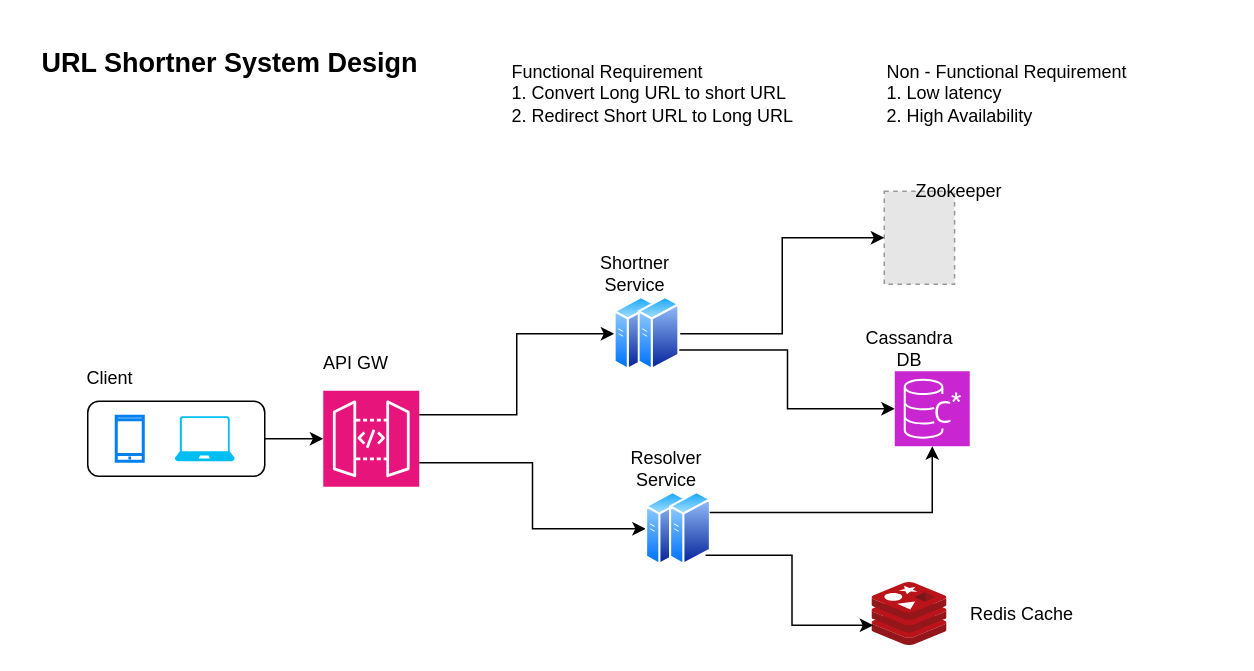
The draw.io diagram url-shortner.drawio in kulwantsharma/system-design, before the edit. Source tidied: cells renumbered, new cells numbered last; positions are measured from the earlier drawing's top-left corner, leaving out a move shared by most shapes. Both pictures are drawn from the tidied source at 150%, with x=0, y=0 at pixel (26, 26). Pictures stored in the file or linked from it are replaced by grey dashed boxes.
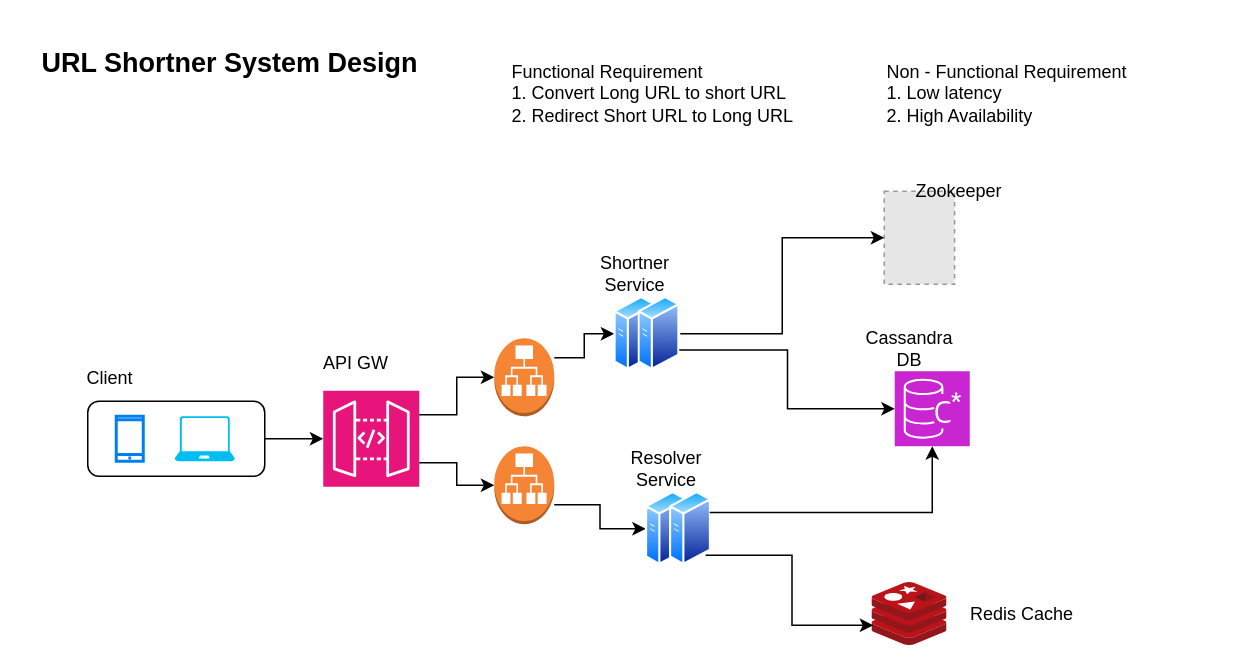
The same diagram, later.

The change refers to these unchanged cells:
```xml
<mxCell id="8" style="sketch=0;points=[[0,0,0],[0.25,0,0],[0.5,0,0],[0.75,0,0],[1,0,0],[0,1,0],[0.25,1,0],[0.5,1,0],[0.75,1,0],[1,1,0],[0,0.25,0],[0,0.5,0],[0,0.75,0],[1,0.25,0],[1,0.5,0],[1,0.75,0]];outlineConnect=0;fontColor=#232F3E;fillColor=#E7157B;strokeColor=#ffffff;dashed=0;verticalLabelPosition=bottom;verticalAlign=top;align=center;html=1;fontSize=12;fontStyle=0;shape=mxgraph.aws4.resourceIcon;resIcon=mxgraph.aws4.api_gateway;" parent="1" vertex="1">
  <mxGeometry x="198" y="243" width="64" height="64" as="geometry" />
</mxCell>
<mxCell id="20" style="image;perimeter=ellipsePerimeter;html=1;align=center;shadow=0;dashed=0;spacingTop=3;image=img/lib/active_directory/generic_server.svg;" parent="1" vertex="1">
  <mxGeometry x="392" y="180" width="28" height="50" as="geometry" />
</mxCell>
<mxCell id="24" style="image;perimeter=ellipsePerimeter;html=1;align=center;shadow=0;dashed=0;spacingTop=3;image=img/lib/active_directory/generic_server.svg;" parent="1" vertex="1">
  <mxGeometry x="413" y="310" width="28" height="50" as="geometry" />
</mxCell>
```

Diff of the diagram source:
```diff
@@
-    <mxCell id="6" style="edgeStyle=orthogonalEdgeStyle;rounded=0;jettySize=auto;html=1;exitX=1;exitY=0.25;exitDx=0;exitDy=0;exitPerimeter=0;entryX=0;entryY=0.5;entryDx=0;entryDy=0;" parent="1" edge="1" source="8" target="20">
+    <mxCell id="6" style="edgeStyle=orthogonalEdgeStyle;rounded=0;jettySize=auto;html=1;exitX=1;exitY=0.25;exitDx=0;exitDy=0;exitPerimeter=0;entryX=0;entryY=0.5;entryDx=0;entryDy=0;" parent="1" edge="1" source="31" target="20">
       <mxGeometry relative="1" as="geometry" />
     </mxCell>
-    <mxCell id="7" style="edgeStyle=orthogonalEdgeStyle;rounded=0;jettySize=auto;html=1;exitX=1;exitY=0.75;exitDx=0;exitDy=0;exitPerimeter=0;entryX=0;entryY=0.5;entryDx=0;entryDy=0;" parent="1" edge="1" source="8" target="24">
+    <mxCell id="7" style="edgeStyle=orthogonalEdgeStyle;rounded=0;jettySize=auto;html=1;exitX=1;exitY=0.75;exitDx=0;exitDy=0;exitPerimeter=0;entryX=0;entryY=0.5;entryDx=0;entryDy=0;" parent="1" edge="1" source="33" target="24">
       <mxGeometry relative="1" as="geometry" />
     </mxCell>
@@
+    <mxCell id="30" style="edgeStyle=orthogonalEdgeStyle;rounded=0;jettySize=auto;html=1;exitX=1;exitY=0.25;exitDx=0;exitDy=0;exitPerimeter=0;entryX=0;entryY=0.5;entryDx=0;entryDy=0;" parent="1" edge="1" source="8" target="31">
+      <mxGeometry relative="1" as="geometry" />
+    </mxCell>
+    <mxCell id="31" style="outlineConnect=0;dashed=0;verticalLabelPosition=bottom;verticalAlign=top;align=center;html=1;shape=mxgraph.aws3.application_load_balancer;fillColor=#F58534;gradientColor=none;" parent="1" vertex="1">
+      <mxGeometry x="312" y="208" width="40" height="52" as="geometry" />
+    </mxCell>
+    <mxCell id="32" style="edgeStyle=orthogonalEdgeStyle;rounded=0;jettySize=auto;html=1;exitX=1;exitY=0.75;exitDx=0;exitDy=0;exitPerimeter=0;entryX=0;entryY=0.5;entryDx=0;entryDy=0;" parent="1" edge="1" source="8" target="33">
+      <mxGeometry relative="1" as="geometry" />
+    </mxCell>
+    <mxCell id="33" style="outlineConnect=0;dashed=0;verticalLabelPosition=bottom;verticalAlign=top;align=center;html=1;shape=mxgraph.aws3.application_load_balancer;fillColor=#F58534;gradientColor=none;" parent="1" vertex="1">
+      <mxGeometry x="312" y="280" width="40" height="52" as="geometry" />
+    </mxCell>
```
